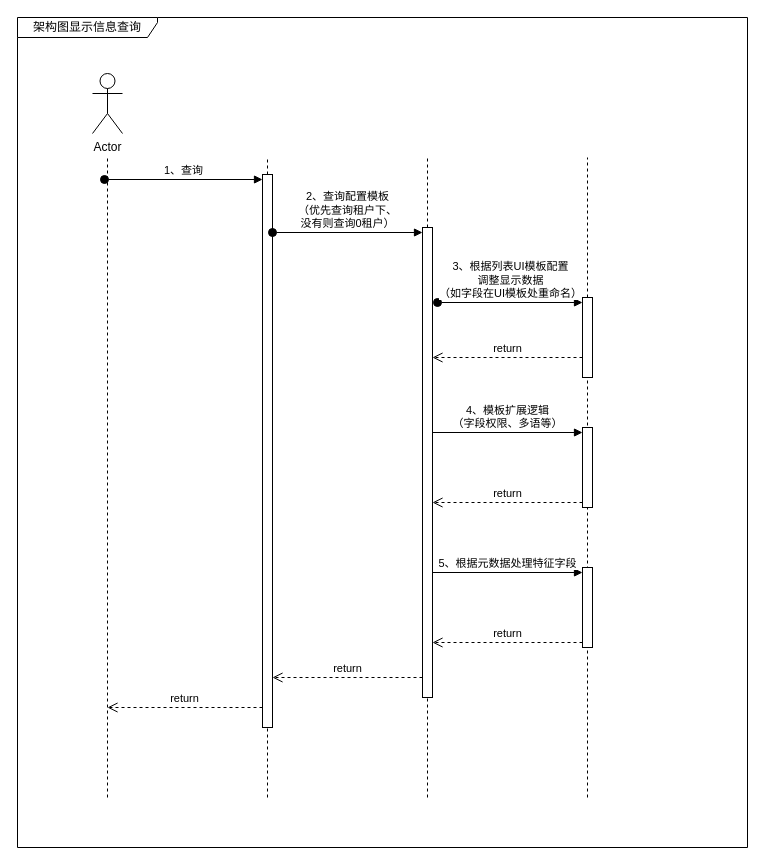
Super-YYQ/drawIo keeps this draw.io diagram as 架构图-显示信息-查询.drawio. Above is the earlier version. Source tidied: cells renumbered, new cells numbered last; positions are measured from the earlier drawing's top-left corner, leaving out a move shared by most shapes. Both pictures are drawn from the tidied source at 100%, with x=0, y=0 at pixel (17, 17).
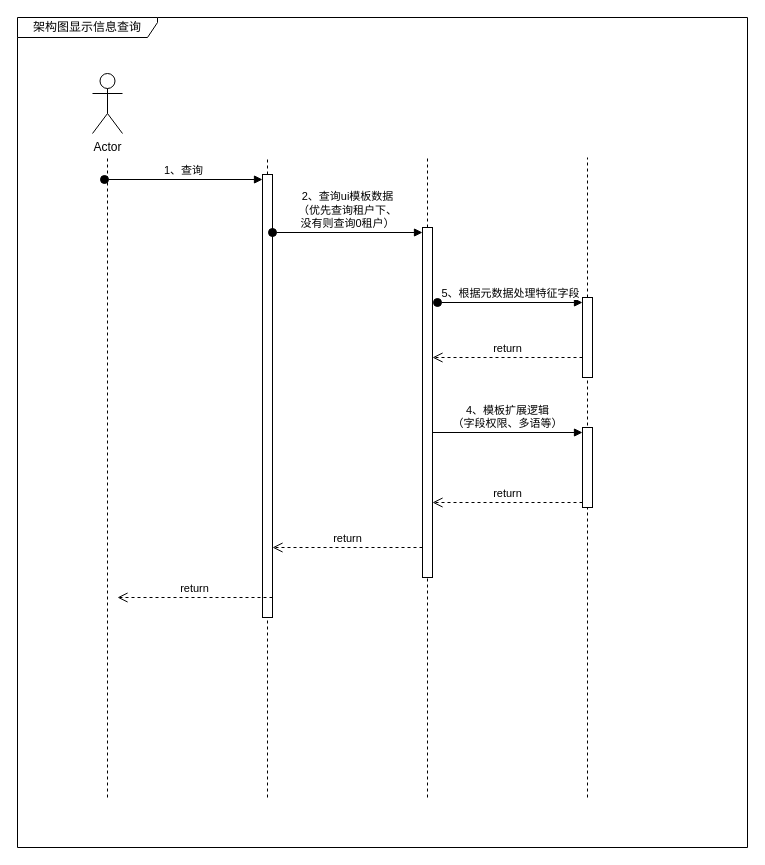
Above is the later version.

Commit message:
更新架构图-显示信息-查询.drawio

Unchanged cells that the change refers to:
```xml
<mxCell id="15" style="html=1;points=[[0,0,0,0,5],[0,1,0,0,-5],[1,0,0,0,5],[1,1,0,0,-5]];perimeter=orthogonalPerimeter;outlineConnect=0;targetShapes=umlLifeline;portConstraint=eastwest;newEdgeStyle={&quot;curved&quot;:0,&quot;rounded&quot;:0};" parent="1" vertex="1">
  <mxGeometry x="565" y="280" width="10" height="80" as="geometry" />
</mxCell>
```

Diff of the diagram source:
```diff
@@
     <mxCell id="10" style="html=1;points=[[0,0,0,0,5],[0,1,0,0,-5],[1,0,0,0,5],[1,1,0,0,-5]];perimeter=orthogonalPerimeter;outlineConnect=0;targetShapes=umlLifeline;portConstraint=eastwest;newEdgeStyle={&quot;curved&quot;:0,&quot;rounded&quot;:0};" parent="1" vertex="1">
-      <mxGeometry x="245" y="157" width="10" height="553" as="geometry" />
+      <mxGeometry x="245" y="157" width="10" height="443" as="geometry" />
     </mxCell>
     <mxCell id="11" style="html=1;points=[[0,0,0,0,5],[0,1,0,0,-5],[1,0,0,0,5],[1,1,0,0,-5]];perimeter=orthogonalPerimeter;outlineConnect=0;targetShapes=umlLifeline;portConstraint=eastwest;newEdgeStyle={&quot;curved&quot;:0,&quot;rounded&quot;:0};" parent="1" vertex="1">
-      <mxGeometry x="405" y="210" width="10" height="470" as="geometry" />
+      <mxGeometry x="405" y="210" width="10" height="350" as="geometry" />
     </mxCell>
-    <mxCell id="12" value="2、查询配置模板&lt;br&gt;（优先查询租户下、&lt;br&gt;没有则查询0租户）" style="html=1;verticalAlign=bottom;startArrow=oval;endArrow=block;startSize=8;curved=0;rounded=0;entryX=0;entryY=0;entryDx=0;entryDy=5;" parent="1" edge="1" target="11">
+    <mxCell id="12" value="2、查询ui模板数据&lt;br&gt;（优先查询租户下、&lt;br&gt;没有则查询0租户）" style="html=1;verticalAlign=bottom;startArrow=oval;endArrow=block;startSize=8;curved=0;rounded=0;entryX=0;entryY=0;entryDx=0;entryDy=5;" parent="1" edge="1" target="11">
       <mxGeometry relative="1" as="geometry">
         <mxPoint x="255" y="215" as="sourcePoint" />
       </mxGeometry>
     </mxCell>
-    <mxCell id="13" value="3、根据列表UI模板配置&lt;br&gt;调整显示数据&lt;br&gt;（如字段在UI模板处重命名）" style="html=1;verticalAlign=bottom;startArrow=oval;endArrow=block;startSize=8;curved=0;rounded=0;entryX=0;entryY=0;entryDx=0;entryDy=5;" parent="1" edge="1" target="15">
+    <mxCell id="13" value="5、根据元数据处理特征字段" style="html=1;verticalAlign=bottom;startArrow=oval;endArrow=block;startSize=8;curved=0;rounded=0;entryX=0;entryY=0;entryDx=0;entryDy=5;" parent="1" edge="1" target="15">
       <mxGeometry x="0.01" relative="1" as="geometry">
         <mxPoint x="420" y="285" as="sourcePoint" />
       </mxGeometry>
     </mxCell>
@@
     <mxCell id="17" value="return" style="html=1;verticalAlign=bottom;endArrow=open;dashed=1;endSize=8;curved=0;rounded=0;" parent="1" edge="1">
       <mxGeometry relative="1" as="geometry">
-        <mxPoint x="405" y="660" as="sourcePoint" />
-        <mxPoint x="255" y="660" as="targetPoint" />
+        <mxPoint x="405" y="530" as="sourcePoint" />
+        <mxPoint x="255" y="530" as="targetPoint" />
         <Array as="points">
-          <mxPoint x="330" y="660" />
+          <mxPoint x="330" y="530" />
         </Array>
       </mxGeometry>
     </mxCell>
@@
     <mxCell id="21" value="return" style="html=1;verticalAlign=bottom;endArrow=open;dashed=1;endSize=8;curved=0;rounded=0;" parent="1" edge="1">
       <mxGeometry relative="1" as="geometry">
-        <mxPoint x="245" y="690" as="sourcePoint" />
-        <mxPoint x="90" y="690" as="targetPoint" />
+        <mxPoint x="255" y="580" as="sourcePoint" />
+        <mxPoint x="100" y="580" as="targetPoint" />
       </mxGeometry>
     </mxCell>
-    <mxCell id="22" style="html=1;points=[[0,0,0,0,5],[0,1,0,0,-5],[1,0,0,0,5],[1,1,0,0,-5]];perimeter=orthogonalPerimeter;outlineConnect=0;targetShapes=umlLifeline;portConstraint=eastwest;newEdgeStyle={&quot;curved&quot;:0,&quot;rounded&quot;:0};" parent="1" vertex="1">
-      <mxGeometry x="565" y="550" width="10" height="80" as="geometry" />
-    </mxCell>
-    <mxCell id="23" value="5、根据元数据处理特征字段" style="html=1;verticalAlign=bottom;endArrow=block;curved=0;rounded=0;entryX=0;entryY=0;entryDx=0;entryDy=5;" parent="1" edge="1" source="11" target="22">
-      <mxGeometry relative="1" as="geometry" />
-    </mxCell>
-    <mxCell id="24" value="return" style="html=1;verticalAlign=bottom;endArrow=open;dashed=1;endSize=8;curved=0;rounded=0;exitX=0;exitY=1;exitDx=0;exitDy=-5;" parent="1" edge="1" source="22" target="11">
-      <mxGeometry relative="1" as="geometry" />
-    </mxCell>
```
